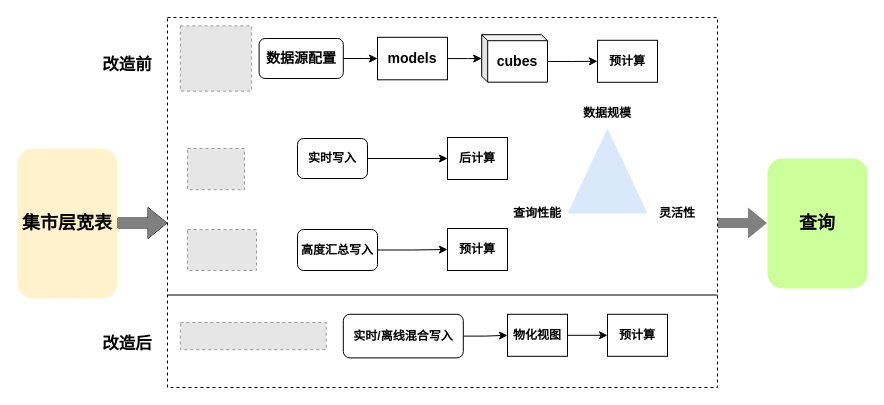
Earlier version of the draw.io diagram 集市层批流一体.drawio (mineminemine123/work-wiki). Source tidied: cells renumbered, new cells numbered last; positions are measured from the earlier drawing's top-left corner, leaving out a move shared by most shapes. Both pictures are drawn from the tidied source at 100%, with x=0, y=0 at pixel (17, 17). Pictures stored in the file or linked from it are replaced by grey dashed boxes.
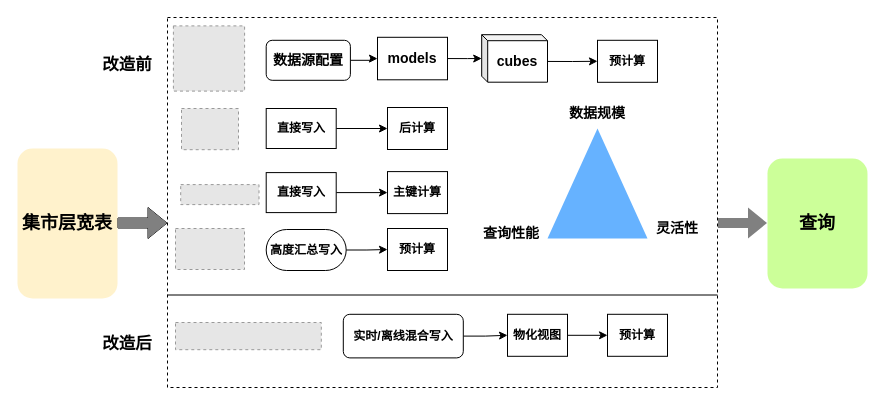
After the change.

Commit message:
更新集市层批流一体.drawio

What changed in the source:
```diff
@@
     <mxCell id="4" style="fillColor=#E6E6E6;strokeColor=#999999;dashed=1;verticalLabelPosition=bottom;labelBackgroundColor=default;verticalAlign=top;" parent="1" vertex="1">
-      <mxGeometry x="162.9" y="305" width="145.8" height="27.2" as="geometry" />
+      <mxGeometry x="158" y="305" width="145.8" height="27.2" as="geometry" />
     </mxCell>
     <mxCell id="5" style="fillColor=#E6E6E6;strokeColor=#999999;dashed=1;verticalLabelPosition=bottom;labelBackgroundColor=default;verticalAlign=top;" parent="1" vertex="1">
-      <mxGeometry x="170" y="212" width="69" height="41" as="geometry" />
+      <mxGeometry x="158" y="211" width="69" height="41" as="geometry" />
     </mxCell>
     <mxCell id="6" style="fillColor=#E6E6E6;strokeColor=#999999;dashed=1;verticalLabelPosition=bottom;labelBackgroundColor=default;verticalAlign=top;" parent="1" vertex="1">
-      <mxGeometry x="162.9" y="8.4" width="71.2" height="65.2" as="geometry" />
+      <mxGeometry x="155.9" y="8.4" width="71.2" height="65.2" as="geometry" />
     </mxCell>
     <mxCell id="7" style="fillColor=#E6E6E6;strokeColor=#999999;dashed=1;verticalLabelPosition=bottom;labelBackgroundColor=default;verticalAlign=top;" parent="1" vertex="1">
-      <mxGeometry x="170" y="131" width="57" height="41.2" as="geometry" />
+      <mxGeometry x="164" y="91" width="57" height="41.2" as="geometry" />
     </mxCell>
@@
-    <mxCell id="12" style="edgeStyle=orthogonalEdgeStyle;rounded=0;jettySize=auto;html=1;exitX=1;exitY=0.5;exitDx=0;exitDy=0;" parent="1" edge="1" source="13" target="19">
+    <mxCell id="12" style="edgeStyle=orthogonalEdgeStyle;rounded=0;jettySize=auto;html=1;exitX=1;exitY=0.5;exitDx=0;exitDy=0;entryX=0;entryY=0.5;entryDx=0;entryDy=0;" parent="1" edge="1" source="13" target="19">
       <mxGeometry relative="1" as="geometry" />
     </mxCell>
-    <mxCell id="13" value="&lt;h4&gt;实时写入&lt;/h4&gt;" style="rounded=1;whiteSpace=wrap;html=1;" parent="1" vertex="1">
-      <mxGeometry x="280" y="121" width="70" height="40" as="geometry" />
+    <mxCell id="13" value="&lt;h4&gt;直接写入&lt;/h4&gt;" style="rounded=1;whiteSpace=wrap;html=1;arcSize=0;" parent="1" vertex="1">
+      <mxGeometry x="248.7" y="91" width="70" height="40" as="geometry" />
     </mxCell>
@@
-    <mxCell id="16" value="&lt;h4&gt;高度汇总写入&lt;/h4&gt;" style="rounded=1;whiteSpace=wrap;html=1;" parent="1" vertex="1">
-      <mxGeometry x="280" y="212" width="80" height="41" as="geometry" />
+    <mxCell id="16" value="&lt;h4&gt;高度汇总写入&lt;/h4&gt;" style="rounded=1;whiteSpace=wrap;html=1;arcSize=50;" parent="1" vertex="1">
+      <mxGeometry x="248.7" y="212" width="80" height="41" as="geometry" />
     </mxCell>
@@
     <mxCell id="19" value="&lt;h4&gt;后计算&lt;/h4&gt;" style="rounded=0;whiteSpace=wrap;html=1;" parent="1" vertex="1">
-      <mxGeometry x="430" y="120" width="60" height="42" as="geometry" />
+      <mxGeometry x="370" y="90" width="60" height="42" as="geometry" />
     </mxCell>
     <mxCell id="20" value="&lt;h4&gt;预计算&lt;/h4&gt;" style="rounded=0;whiteSpace=wrap;html=1;" parent="1" vertex="1">
-      <mxGeometry x="430" y="211" width="60" height="42" as="geometry" />
+      <mxGeometry x="370" y="211" width="60" height="42" as="geometry" />
     </mxCell>
@@
-    <mxCell id="26" style="verticalLabelPosition=bottom;verticalAlign=top;html=1;shape=mxgraph.basic.acute_triangle;dx=0.5;strokeWidth=2;fillColor=#dae8fc;strokeColor=none;" parent="1" vertex="1">
-      <mxGeometry x="550" y="111" width="80" height="85.1" as="geometry" />
+    <mxCell id="26" style="verticalLabelPosition=bottom;verticalAlign=top;html=1;shape=mxgraph.basic.acute_triangle;dx=0.5;strokeWidth=2;fillColor=#66B2FF;strokeColor=none;" parent="1" vertex="1">
+      <mxGeometry x="530" y="111" width="100" height="110" as="geometry" />
     </mxCell>
-    <mxCell id="27" value="&lt;h4&gt;数据规模&lt;/h4&gt;" style="text;html=1;strokeColor=none;fillColor=none;align=center;verticalAlign=middle;whiteSpace=wrap;rounded=0;" parent="1" vertex="1">
-      <mxGeometry x="560" y="81" width="60" height="30" as="geometry" />
+    <mxCell id="27" value="&lt;h3&gt;数据规模&lt;/h3&gt;" style="text;html=1;strokeColor=none;fillColor=none;align=center;verticalAlign=middle;whiteSpace=wrap;rounded=0;" parent="1" vertex="1">
+      <mxGeometry x="550" y="81" width="60" height="30" as="geometry" />
     </mxCell>
-    <mxCell id="28" value="&lt;h4&gt;查询性能&lt;/h4&gt;" style="text;html=1;strokeColor=none;fillColor=none;align=center;verticalAlign=middle;whiteSpace=wrap;rounded=0;" parent="1" vertex="1">
-      <mxGeometry x="490" y="181" width="60" height="30" as="geometry" />
+    <mxCell id="28" value="&lt;h3&gt;查询性能&lt;/h3&gt;" style="text;html=1;strokeColor=none;fillColor=none;align=center;verticalAlign=middle;whiteSpace=wrap;rounded=0;" parent="1" vertex="1">
+      <mxGeometry x="464.2" y="201" width="60" height="30" as="geometry" />
     </mxCell>
-    <mxCell id="29" value="&lt;h4&gt;灵活性&lt;/h4&gt;" style="text;html=1;strokeColor=none;fillColor=none;align=center;verticalAlign=middle;whiteSpace=wrap;rounded=0;" parent="1" vertex="1">
-      <mxGeometry x="630" y="181" width="60" height="30" as="geometry" />
+    <mxCell id="29" value="&lt;h3&gt;灵活性&lt;/h3&gt;" style="text;html=1;strokeColor=none;fillColor=none;align=center;verticalAlign=middle;whiteSpace=wrap;rounded=0;" parent="1" vertex="1">
+      <mxGeometry x="630" y="196.1" width="60" height="30" as="geometry" />
     </mxCell>
@@
     <mxCell id="31" value="&lt;h3&gt;数据源配置&lt;/h3&gt;" style="rounded=1;whiteSpace=wrap;html=1;" parent="1" vertex="1">
-      <mxGeometry x="241.6" y="21" width="84.2" height="40" as="geometry" />
+      <mxGeometry x="248.7" y="22.8" width="84.2" height="40" as="geometry" />
     </mxCell>
-    <mxCell id="32" style="edgeStyle=orthogonalEdgeStyle;rounded=0;orthogonalLoop=1;jettySize=auto;html=1;exitX=0.5;exitY=1;exitDx=0;exitDy=0;strokeWidth=1;" parent="1" edge="1" source="5" target="5">
-      <mxGeometry relative="1" as="geometry" />
-    </mxCell>
@@
+    <mxCell id="38" style="fillColor=#E6E6E6;strokeColor=#999999;dashed=1;verticalLabelPosition=bottom;labelBackgroundColor=default;verticalAlign=top;" parent="1" vertex="1">
+      <mxGeometry x="163.2" y="167.1" width="78.3" height="20" as="geometry" />
+    </mxCell>
+    <mxCell id="39" value="&lt;h4&gt;主键计算&lt;/h4&gt;" style="rounded=0;whiteSpace=wrap;html=1;" parent="1" vertex="1">
+      <mxGeometry x="370" y="154.1" width="60" height="42" as="geometry" />
+    </mxCell>
+    <mxCell id="40" style="edgeStyle=orthogonalEdgeStyle;rounded=0;jettySize=auto;html=1;exitX=1;exitY=0.5;exitDx=0;exitDy=0;entryX=0;entryY=0.5;entryDx=0;entryDy=0;" parent="1" edge="1" source="41" target="39">
+      <mxGeometry relative="1" as="geometry" />
+    </mxCell>
+    <mxCell id="41" value="&lt;h4&gt;直接写入&lt;/h4&gt;" style="rounded=1;whiteSpace=wrap;html=1;arcSize=0;" parent="1" vertex="1">
+      <mxGeometry x="248.7" y="155.1" width="70" height="40" as="geometry" />
+    </mxCell>
```
